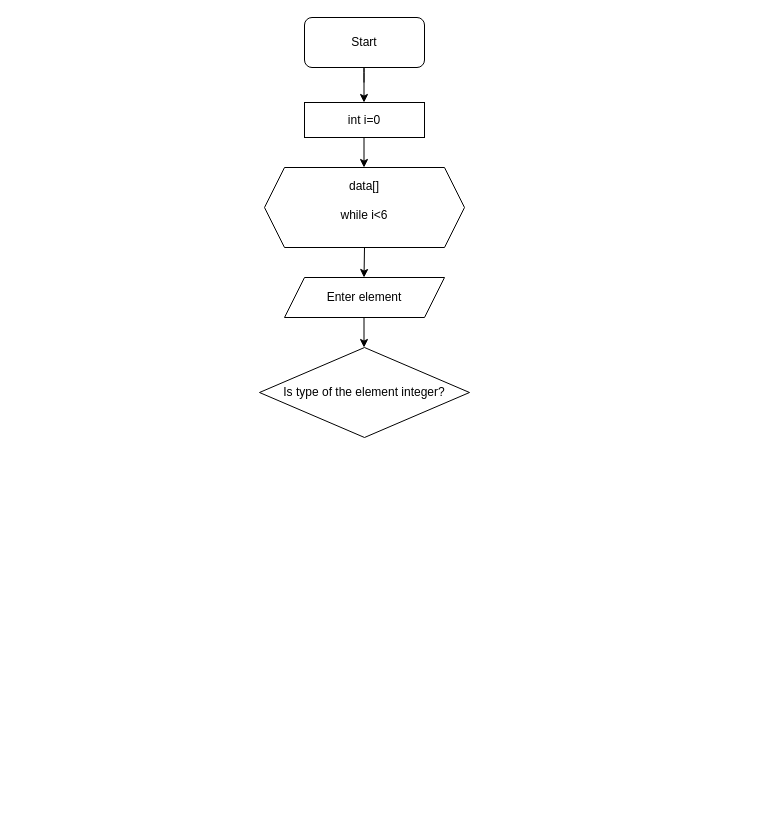
Before: sources/Untitled Diagram.drawio in Enyarina/Kate6, a draw.io diagram. Source tidied: cells renumbered, new cells numbered last; positions are measured from the earlier drawing's top-left corner, leaving out a move shared by most shapes. Both pictures are drawn from the tidied source at 100%, with x=0, y=0 at pixel (259, 17).
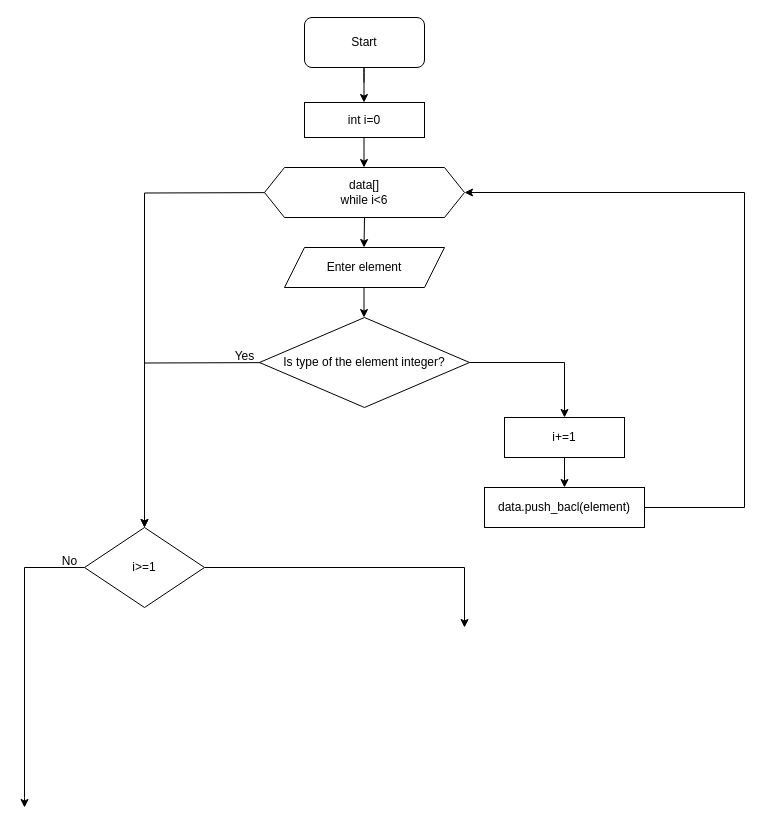
The same diagram, later.

Change to the diagram source:
```diff
@@
+    <mxCell id="11" style="edgeStyle=orthogonalEdgeStyle;rounded=0;jettySize=auto;html=1;entryX=0.5;entryY=0;entryDx=0;entryDy=0;" parent="1" edge="1" target="16">
+      <mxGeometry relative="1" as="geometry">
+        <mxPoint x="45" y="175" as="sourcePoint" />
+      </mxGeometry>
+    </mxCell>
-    <mxCell id="4" value="&lt;div&gt;data[]&lt;/div&gt;&lt;div&gt;&lt;br&gt;&lt;/div&gt;&lt;div&gt;while i&amp;lt;6&lt;br&gt;&lt;/div&gt;&lt;div&gt;&lt;br&gt;&lt;/div&gt;" style="shape=hexagon;perimeter=hexagonPerimeter2;whiteSpace=wrap;html=1;fixedSize=1;strokeColor=#000000;size=20;" parent="1" vertex="1">
-      <mxGeometry x="5" y="150" width="200" height="80" as="geometry" />
+    <mxCell id="4" value="&lt;div&gt;&lt;br&gt;&lt;/div&gt;&lt;div&gt;data[]&lt;/div&gt;&lt;div&gt;while i&amp;lt;6&lt;br&gt;&lt;/div&gt;&lt;div&gt;&lt;br&gt;&lt;/div&gt;" style="shape=hexagon;perimeter=hexagonPerimeter2;whiteSpace=wrap;html=1;fixedSize=1;strokeColor=#000000;size=20;align=center;spacing=2;labelPosition=center;verticalLabelPosition=middle;verticalAlign=middle;" parent="1" vertex="1">
+      <mxGeometry x="5" y="150" width="200" height="50" as="geometry" />
     </mxCell>
@@
     <mxCell id="7" value="Enter element" style="shape=parallelogram;perimeter=parallelogramPerimeter;whiteSpace=wrap;html=1;fixedSize=1;strokeColor=#000000;" parent="1" vertex="1">
-      <mxGeometry x="25" y="260" width="160" height="40" as="geometry" />
+      <mxGeometry x="25" y="230" width="160" height="40" as="geometry" />
     </mxCell>
     <mxCell id="8" style="endArrow=classic;html=1;" parent="1" edge="1">
       <mxGeometry relative="1" as="geometry">
-        <mxPoint x="105" y="230" as="sourcePoint" />
-        <mxPoint x="104.5" y="260" as="targetPoint" />
+        <mxPoint x="105" y="200" as="sourcePoint" />
+        <mxPoint x="104.5" y="230" as="targetPoint" />
       </mxGeometry>
     </mxCell>
+    <mxCell id="12" style="edgeStyle=orthogonalEdgeStyle;rounded=0;jettySize=auto;html=1;entryX=0.5;entryY=0;entryDx=0;entryDy=0;" parent="1" edge="1" target="16">
+      <mxGeometry relative="1" as="geometry">
+        <mxPoint x="40" y="345" as="sourcePoint" />
+      </mxGeometry>
+    </mxCell>
+    <mxCell id="13" style="edgeStyle=orthogonalEdgeStyle;rounded=0;jettySize=auto;html=1;exitX=1;exitY=0.5;exitDx=0;exitDy=0;" parent="1" edge="1" source="9" target="20">
+      <mxGeometry relative="1" as="geometry" />
+    </mxCell>
     <mxCell id="9" value="Is type of the element integer?" style="rhombus;whiteSpace=wrap;html=1;strokeColor=#000000;" parent="1" vertex="1">
-      <mxGeometry y="330" width="210" height="90" as="geometry" />
+      <mxGeometry y="300" width="210" height="90" as="geometry" />
     </mxCell>
     <mxCell id="10" style="endArrow=classic;html=1;" parent="1" edge="1">
       <mxGeometry relative="1" as="geometry">
-        <mxPoint x="104.5" y="300" as="sourcePoint" />
-        <mxPoint x="104.5" y="330" as="targetPoint" />
+        <mxPoint x="104.5" y="270" as="sourcePoint" />
+        <mxPoint x="104.5" y="300" as="targetPoint" />
       </mxGeometry>
     </mxCell>
+    <mxCell id="14" style="edgeStyle=orthogonalEdgeStyle;rounded=0;jettySize=auto;html=1;" parent="1" edge="1" source="16">
+      <mxGeometry relative="1" as="geometry">
+        <mxPoint x="-235" y="790" as="targetPoint" />
+        <Array as="points">
+          <mxPoint x="-235" y="550" />
+          <mxPoint x="-235" y="780" />
+        </Array>
+      </mxGeometry>
+    </mxCell>
+    <mxCell id="15" style="edgeStyle=orthogonalEdgeStyle;rounded=0;jettySize=auto;html=1;" parent="1" edge="1" source="16">
+      <mxGeometry relative="1" as="geometry">
+        <mxPoint x="205" y="610" as="targetPoint" />
+        <Array as="points">
+          <mxPoint x="205" y="550" />
+        </Array>
+      </mxGeometry>
+    </mxCell>
+    <mxCell id="16" value="i&amp;gt;=1" style="rhombus;whiteSpace=wrap;html=1;align=center;" parent="1" vertex="1">
+      <mxGeometry x="-175" y="510" width="120" height="80" as="geometry" />
+    </mxCell>
+    <mxCell id="17" value="Yes" style="text;html=1;align=center;verticalAlign=middle;" parent="1" vertex="1">
+      <mxGeometry x="-35" y="329" width="40" height="20" as="geometry" />
+    </mxCell>
+    <mxCell id="18" value="No" style="text;html=1;align=center;verticalAlign=middle;" parent="1" vertex="1">
+      <mxGeometry x="-205" y="534" width="30" height="20" as="geometry" />
+    </mxCell>
+    <mxCell id="19" style="edgeStyle=orthogonalEdgeStyle;rounded=0;jettySize=auto;html=1;exitX=0.5;exitY=1;exitDx=0;exitDy=0;" parent="1" edge="1" source="20">
+      <mxGeometry relative="1" as="geometry">
+        <mxPoint x="305" y="470" as="targetPoint" />
+      </mxGeometry>
+    </mxCell>
+    <mxCell id="20" value="i+=1" style="rounded=0;whiteSpace=wrap;html=1;" parent="1" vertex="1">
+      <mxGeometry x="245" y="400" width="120" height="40" as="geometry" />
+    </mxCell>
+    <mxCell id="21" style="edgeStyle=orthogonalEdgeStyle;rounded=0;jettySize=auto;html=1;entryX=1;entryY=0.5;entryDx=0;entryDy=0;" parent="1" edge="1" source="22" target="4">
+      <mxGeometry relative="1" as="geometry">
+        <Array as="points">
+          <mxPoint x="485" y="490" />
+          <mxPoint x="485" y="175" />
+        </Array>
+      </mxGeometry>
+    </mxCell>
+    <mxCell id="22" value="data.push_bacl(element)" style="rounded=0;whiteSpace=wrap;html=1;align=center;" parent="1" vertex="1">
+      <mxGeometry x="225" y="470" width="160" height="40" as="geometry" />
+    </mxCell>
```
